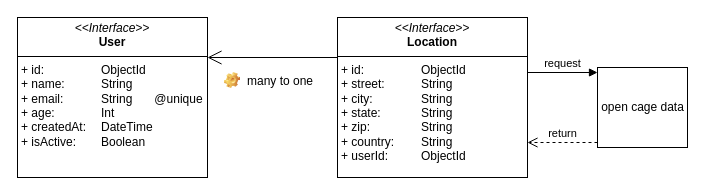
The draw.io diagram Diagramme ULM.drawio in Pierre-FABIEN/TEST, before the edit. Source tidied: cells renumbered, new cells numbered last; positions are measured from the earlier drawing's top-left corner, leaving out a move shared by most shapes. Both pictures are drawn from the tidied source at 100%, with x=0, y=0 at pixel (17, 17).
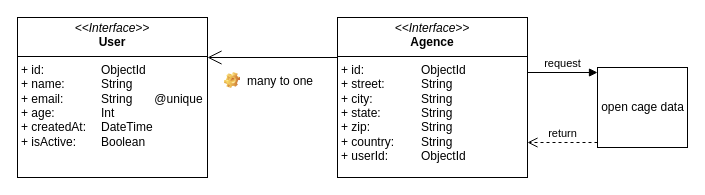
Above is the later version.

Change to the diagram source:
```diff
@@
 <mxGraphModel>
   <root>
     <mxCell id="0" />
     <mxCell id="1" parent="0" />
     <mxCell id="2" value="&lt;p style=&quot;margin:0px;margin-top:4px;text-align:center;&quot;&gt;&lt;i&gt;&amp;lt;&amp;lt;Interface&amp;gt;&amp;gt;&lt;/i&gt;&lt;br&gt;&lt;b&gt;User&lt;/b&gt;&lt;/p&gt;&lt;hr size=&quot;1&quot; style=&quot;border-style:solid;&quot;&gt;&lt;p style=&quot;margin:0px;margin-left:4px;&quot;&gt;+ id: &lt;span style=&quot;white-space: pre;&quot;&gt;&#9;&lt;/span&gt;&lt;span style=&quot;white-space: pre;&quot;&gt;&#9;&lt;/span&gt;ObjectId&lt;br&gt;+ name: &lt;span style=&quot;white-space: pre;&quot;&gt;&#9;&lt;span style=&quot;white-space: pre;&quot;&gt;&#9;&lt;/span&gt;&lt;/span&gt;String&lt;/p&gt;&lt;p style=&quot;margin:0px;margin-left:4px;&quot;&gt;+ email: &lt;span style=&quot;white-space: pre;&quot;&gt;&#9;&lt;span style=&quot;white-space: pre;&quot;&gt;&#9;&lt;/span&gt;&lt;/span&gt;String&lt;span style=&quot;white-space: pre;&quot;&gt;&#9;&lt;/span&gt;@unique&lt;br&gt;&lt;/p&gt;&lt;p style=&quot;margin:0px;margin-left:4px;&quot;&gt;+ age: &lt;span style=&quot;white-space: pre;&quot;&gt;&#9;&lt;span style=&quot;white-space: pre;&quot;&gt;&#9;&lt;/span&gt;I&lt;/span&gt;nt&lt;br&gt;&lt;/p&gt;&lt;p style=&quot;margin:0px;margin-left:4px;&quot;&gt;+ createdAt: &lt;span style=&quot;white-space: pre;&quot;&gt;&#9;&lt;/span&gt;DateTime&lt;/p&gt;&lt;p style=&quot;margin:0px;margin-left:4px;&quot;&gt;+ isActive: &lt;span style=&quot;white-space: pre;&quot;&gt;&#9;&lt;/span&gt;Boolean&lt;br&gt;&lt;/p&gt;" style="verticalAlign=top;align=left;overflow=fill;html=1;whiteSpace=wrap;" parent="1" vertex="1">
       <mxGeometry width="190" height="160" as="geometry" />
     </mxCell>
-    <mxCell id="3" value="&lt;p style=&quot;margin:0px;margin-top:4px;text-align:center;&quot;&gt;&lt;i&gt;&amp;lt;&amp;lt;Interface&amp;gt;&amp;gt;&lt;/i&gt;&lt;br&gt;&lt;b&gt;Location&lt;/b&gt;&lt;/p&gt;&lt;hr size=&quot;1&quot; style=&quot;border-style:solid;&quot;&gt;&lt;p style=&quot;margin:0px;margin-left:4px;&quot;&gt;+ id: &lt;span style=&quot;white-space: pre;&quot;&gt;&#9;&lt;/span&gt;&lt;span style=&quot;white-space: pre;&quot;&gt;&#9;&lt;/span&gt;ObjectId&lt;br&gt;+ street: &lt;span style=&quot;white-space: pre;&quot;&gt;&#9;&lt;span style=&quot;white-space: pre;&quot;&gt;&#9;&lt;/span&gt;&lt;/span&gt;String&lt;/p&gt;&lt;p style=&quot;margin:0px;margin-left:4px;&quot;&gt;+ city: &lt;span style=&quot;white-space: pre;&quot;&gt;&#9;&lt;span style=&quot;white-space: pre;&quot;&gt;&#9;&lt;/span&gt;&lt;/span&gt;String&lt;span style=&quot;white-space: pre;&quot;&gt;&#9;&lt;/span&gt;&lt;br&gt;&lt;/p&gt;&lt;p style=&quot;margin:0px;margin-left:4px;&quot;&gt;+ state: &lt;span style=&quot;white-space: pre;&quot;&gt;&#9;&lt;span style=&quot;white-space: pre;&quot;&gt;&#9;&lt;/span&gt;&lt;/span&gt;&lt;span style=&quot;background-color: initial;&quot;&gt;String&lt;/span&gt;&lt;/p&gt;&lt;p style=&quot;margin:0px;margin-left:4px;&quot;&gt;&lt;span style=&quot;background-color: initial;&quot;&gt;+ zip:&lt;/span&gt;&lt;span style=&quot;background-color: initial;&quot;&gt;&amp;nbsp;&lt;/span&gt;&lt;span style=&quot;background-color: initial; white-space: pre;&quot;&gt;&#9;&lt;span style=&quot;white-space: pre;&quot;&gt;&#9;&lt;/span&gt;&lt;/span&gt;&lt;span style=&quot;background-color: initial;&quot;&gt;String&lt;/span&gt;&lt;/p&gt;&lt;p style=&quot;margin:0px;margin-left:4px;&quot;&gt;&lt;span style=&quot;background-color: initial;&quot;&gt;+ country:&lt;/span&gt;&lt;span style=&quot;background-color: initial;&quot;&gt;&amp;nbsp;&lt;/span&gt;&lt;span style=&quot;background-color: initial; white-space: pre;&quot;&gt;&#9;&lt;/span&gt;&lt;span style=&quot;background-color: initial;&quot;&gt;String&lt;/span&gt;&lt;span style=&quot;background-color: initial; white-space: pre;&quot;&gt;&#9;&lt;/span&gt;&lt;br&gt;&lt;/p&gt;&lt;p style=&quot;margin:0px;margin-left:4px;&quot;&gt;+ userId: &lt;span style=&quot;white-space: pre;&quot;&gt;&#9;&lt;span style=&quot;white-space: pre;&quot;&gt;&#9;&lt;/span&gt;&lt;/span&gt;&lt;span style=&quot;background-color: initial;&quot;&gt;ObjectId&lt;/span&gt;&lt;/p&gt;&lt;p style=&quot;margin:0px;margin-left:4px;&quot;&gt;&lt;br&gt;&lt;/p&gt;" style="verticalAlign=top;align=left;overflow=fill;html=1;whiteSpace=wrap;" parent="1" vertex="1">
+    <mxCell id="3" value="&lt;p style=&quot;margin:0px;margin-top:4px;text-align:center;&quot;&gt;&lt;i&gt;&amp;lt;&amp;lt;Interface&amp;gt;&amp;gt;&lt;/i&gt;&lt;br&gt;&lt;b&gt;Agence&lt;/b&gt;&lt;/p&gt;&lt;hr size=&quot;1&quot; style=&quot;border-style:solid;&quot;&gt;&lt;p style=&quot;margin:0px;margin-left:4px;&quot;&gt;+ id: &lt;span style=&quot;white-space: pre;&quot;&gt;&#9;&lt;/span&gt;&lt;span style=&quot;white-space: pre;&quot;&gt;&#9;&lt;/span&gt;ObjectId&lt;br&gt;+ street: &lt;span style=&quot;white-space: pre;&quot;&gt;&#9;&lt;span style=&quot;white-space: pre;&quot;&gt;&#9;&lt;/span&gt;&lt;/span&gt;String&lt;/p&gt;&lt;p style=&quot;margin:0px;margin-left:4px;&quot;&gt;+ city: &lt;span style=&quot;white-space: pre;&quot;&gt;&#9;&lt;span style=&quot;white-space: pre;&quot;&gt;&#9;&lt;/span&gt;&lt;/span&gt;String&lt;span style=&quot;white-space: pre;&quot;&gt;&#9;&lt;/span&gt;&lt;br&gt;&lt;/p&gt;&lt;p style=&quot;margin:0px;margin-left:4px;&quot;&gt;+ state: &lt;span style=&quot;white-space: pre;&quot;&gt;&#9;&lt;span style=&quot;white-space: pre;&quot;&gt;&#9;&lt;/span&gt;&lt;/span&gt;&lt;span style=&quot;background-color: initial;&quot;&gt;String&lt;/span&gt;&lt;/p&gt;&lt;p style=&quot;margin:0px;margin-left:4px;&quot;&gt;&lt;span style=&quot;background-color: initial;&quot;&gt;+ zip:&lt;/span&gt;&lt;span style=&quot;background-color: initial;&quot;&gt;&amp;nbsp;&lt;/span&gt;&lt;span style=&quot;background-color: initial; white-space: pre;&quot;&gt;&#9;&lt;span style=&quot;white-space: pre;&quot;&gt;&#9;&lt;/span&gt;&lt;/span&gt;&lt;span style=&quot;background-color: initial;&quot;&gt;String&lt;/span&gt;&lt;/p&gt;&lt;p style=&quot;margin:0px;margin-left:4px;&quot;&gt;&lt;span style=&quot;background-color: initial;&quot;&gt;+ country:&lt;/span&gt;&lt;span style=&quot;background-color: initial;&quot;&gt;&amp;nbsp;&lt;/span&gt;&lt;span style=&quot;background-color: initial; white-space: pre;&quot;&gt;&#9;&lt;/span&gt;&lt;span style=&quot;background-color: initial;&quot;&gt;String&lt;/span&gt;&lt;span style=&quot;background-color: initial; white-space: pre;&quot;&gt;&#9;&lt;/span&gt;&lt;br&gt;&lt;/p&gt;&lt;p style=&quot;margin:0px;margin-left:4px;&quot;&gt;+ userId: &lt;span style=&quot;white-space: pre;&quot;&gt;&#9;&lt;span style=&quot;white-space: pre;&quot;&gt;&#9;&lt;/span&gt;&lt;/span&gt;&lt;span style=&quot;background-color: initial;&quot;&gt;ObjectId&lt;/span&gt;&lt;/p&gt;&lt;p style=&quot;margin:0px;margin-left:4px;&quot;&gt;&lt;br&gt;&lt;/p&gt;" style="verticalAlign=top;align=left;overflow=fill;html=1;whiteSpace=wrap;" parent="1" vertex="1">
       <mxGeometry x="320" width="190" height="160" as="geometry" />
     </mxCell>
     <mxCell id="4" style="endArrow=open;endFill=1;endSize=12;html=1;rounded=0;exitX=0;exitY=0.25;exitDx=0;exitDy=0;entryX=1;entryY=0.25;entryDx=0;entryDy=0;" parent="1" edge="1" source="3" target="2">
       <mxGeometry relative="1" as="geometry" />
     </mxCell>
     <mxCell id="5" value="many to one" style="label;fontStyle=0;strokeColor=none;fillColor=none;align=left;verticalAlign=top;overflow=hidden;spacingLeft=28;spacingRight=4;imageWidth=16;imageHeight=16;whiteSpace=wrap;html=1;image=img/clipart/Gear_128x128.png;" parent="1" vertex="1">
       <mxGeometry x="200" y="50" width="120" height="26" as="geometry" />
     </mxCell>
     <mxCell id="6" value="open cage data" style="html=1;points=[[0,0,0,0,5],[0,1,0,0,-5],[1,0,0,0,5],[1,1,0,0,-5]];perimeter=orthogonalPerimeter;outlineConnect=0;targetShapes=umlLifeline;portConstraint=eastwest;newEdgeStyle={&quot;curved&quot;:0,&quot;rounded&quot;:0};" parent="1" vertex="1">
       <mxGeometry x="580" y="50" width="90" height="80" as="geometry" />
     </mxCell>
     <mxCell id="7" value="request" style="html=1;verticalAlign=bottom;endArrow=block;curved=0;rounded=0;entryX=0;entryY=0;entryDx=0;entryDy=5;" parent="1" edge="1" target="6">
       <mxGeometry relative="1" as="geometry">
         <mxPoint x="510" y="55" as="sourcePoint" />
       </mxGeometry>
     </mxCell>
     <mxCell id="8" value="return" style="html=1;verticalAlign=bottom;endArrow=open;dashed=1;endSize=8;curved=0;rounded=0;exitX=0;exitY=1;exitDx=0;exitDy=-5;" parent="1" edge="1" source="6">
       <mxGeometry relative="1" as="geometry">
         <mxPoint x="510" y="125" as="targetPoint" />
       </mxGeometry>
     </mxCell>
   </root>
 </mxGraphModel>
```
